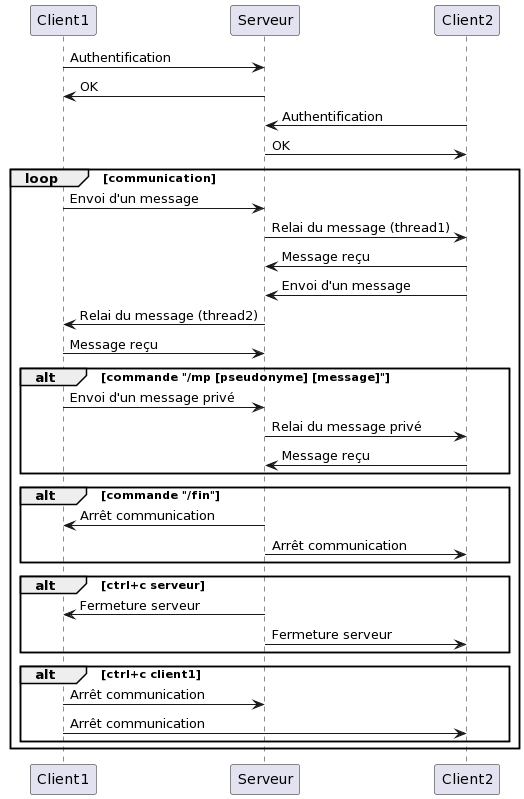
This is out/diagseq2.png from DisaroSkell/raipon_FDP, a PlantUML export, as it was before one commit. The source it was exported from:
```plantuml
@startuml
Client1 -> Serveur: Authentification
Serveur -> Client1: OK
Client2 -> Serveur: Authentification
Serveur -> Client2: OK
loop communication
  Client1 -> Serveur: Envoi d'un message
  Serveur -> Client2: Relai du message (thread1)
  Client2 -> Serveur: Message reçu
  Client2 -> Serveur: Envoi d'un message
  Serveur -> Client1: Relai du message (thread2)
  Client1 -> Serveur: Message reçu
  alt commande "/mp [pseudonyme] [message]"
    Client1 -> Serveur: Envoi d'un message privé
    Serveur -> Client2: Relai du message privé
    Client2 -> Serveur: Message reçu
  end
  alt commande "/fin"
    Serveur -> Client1: Arrêt communication
    Serveur -> Client2: Arrêt communication
  end
  alt ctrl+c serveur
    Serveur -> Client1: Fermeture serveur
    Serveur -> Client2 : Fermeture serveur
  end
  alt ctrl+c client1
    Client1 -> Serveur: Arrêt communication
    Client1 -> Client2: Arrêt communication
  end
end
@enduml
```
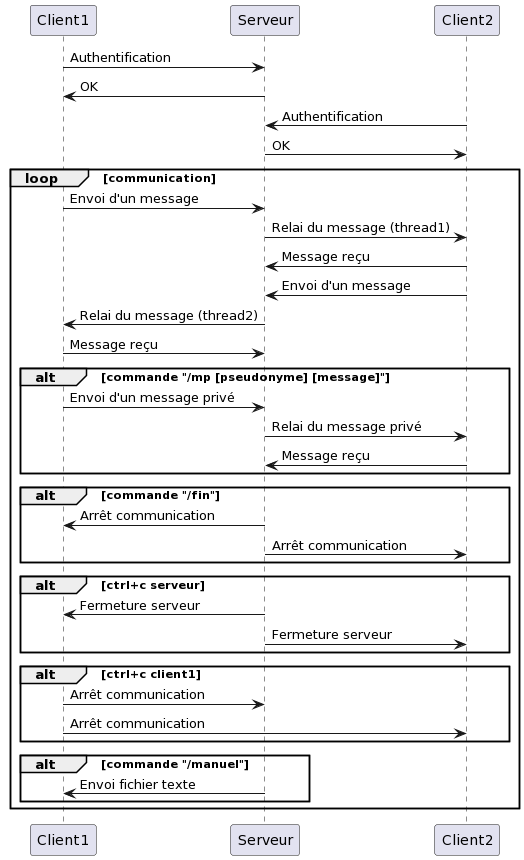
After the commit.

Diff of the diagram source:
```diff
@@ -27,5 +27,8 @@
     Client1 -> Serveur: Arrêt communication
     Client1 -> Client2: Arrêt communication
   end
+  alt commande "/manuel"
+    Serveur -> Client1: Envoi fichier texte
+  end
 end
 @enduml
```
